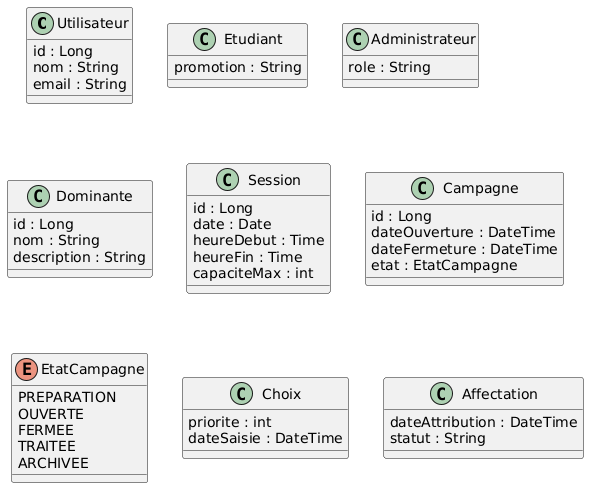
Above: Diagramme de Classes/Classes du systeme.png in Charlyken/java-software-engineer-project (PlantUML), before the change. The source it was exported from:
```plantuml
@startuml
class Utilisateur {
  id : Long
  nom : String
  email : String
}

class Etudiant {
  promotion : String
}

class Administrateur {
  role : String
}

class Dominante {
  id : Long
  nom : String
  description : String
}

class Session {
  id : Long
  date : Date
  heureDebut : Time
  heureFin : Time
  capaciteMax : int
}

class Campagne {
  id : Long
  dateOuverture : DateTime
  dateFermeture : DateTime
  etat : EtatCampagne
}

enum EtatCampagne {
  PREPARATION
  OUVERTE
  FERMEE
  TRAITEE
  ARCHIVEE
}


class Choix {
  priorite : int
  dateSaisie : DateTime
}

class Affectation {
  dateAttribution : DateTime
  statut : String
}
@enduml
```
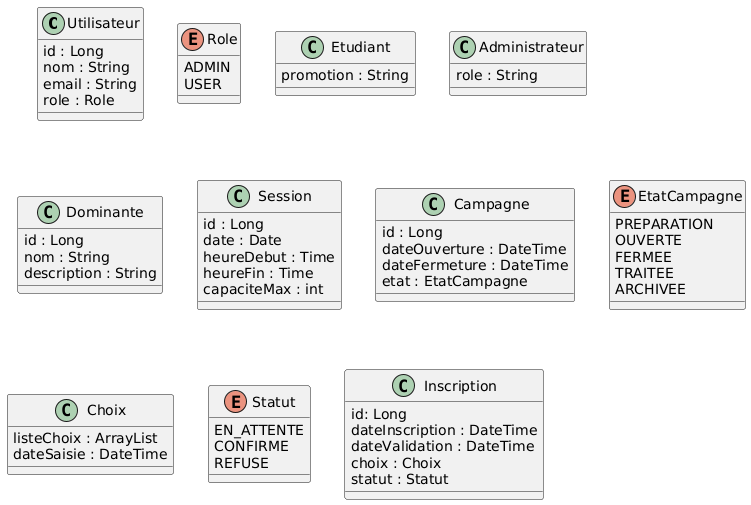
Later version of the same file.

The edit, as a diff of the source:
```diff
@@ -3,6 +3,12 @@
   id : Long
   nom : String
   email : String
+  role : Role
+}
+
+enum Role {
+  ADMIN
+  USER
 }
 
 class Etudiant {
@@ -44,12 +50,21 @@
 
 
 class Choix {
-  priorite : int
+  listeChoix : ArrayList
   dateSaisie : DateTime
 }
 
-class Affectation {
-  dateAttribution : DateTime
-  statut : String
+enum Statut {
+  EN_ATTENTE
+  CONFIRME
+  REFUSE
+}
+
+class Inscription {
+  id: Long
+  dateInscription : DateTime
+  dateValidation : DateTime
+  choix : Choix
+  statut : Statut
 }
 @enduml
```
